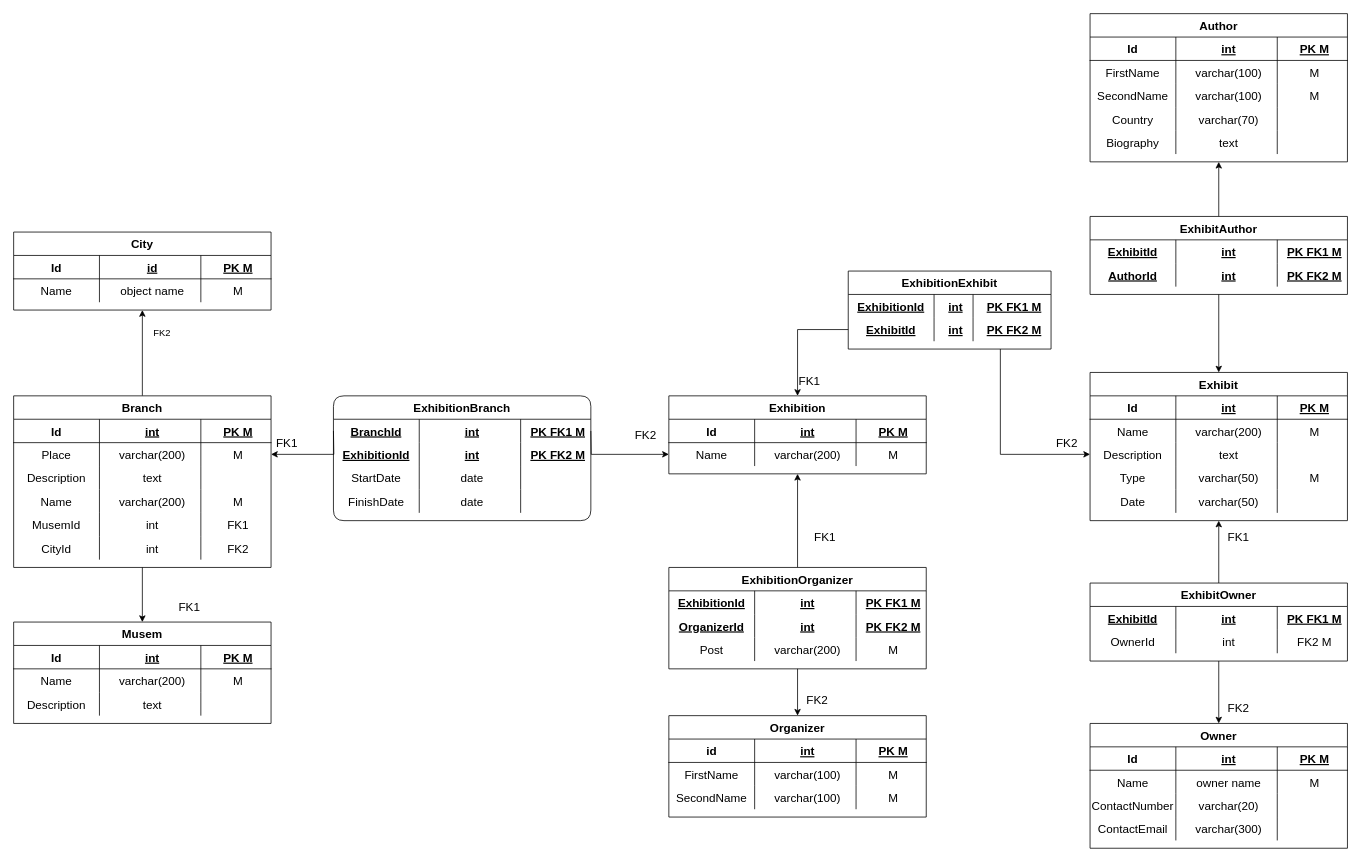
This is Musem PDM.drawio from sergalb/db-musem-project, a draw.io file, before an edit. Source tidied: cells renumbered, new cells numbered last; positions are measured from the earlier drawing's top-left corner, leaving out a move shared by most shapes. Both pictures are drawn from the tidied source at 78%, with x=0, y=0 at pixel (13, 13).
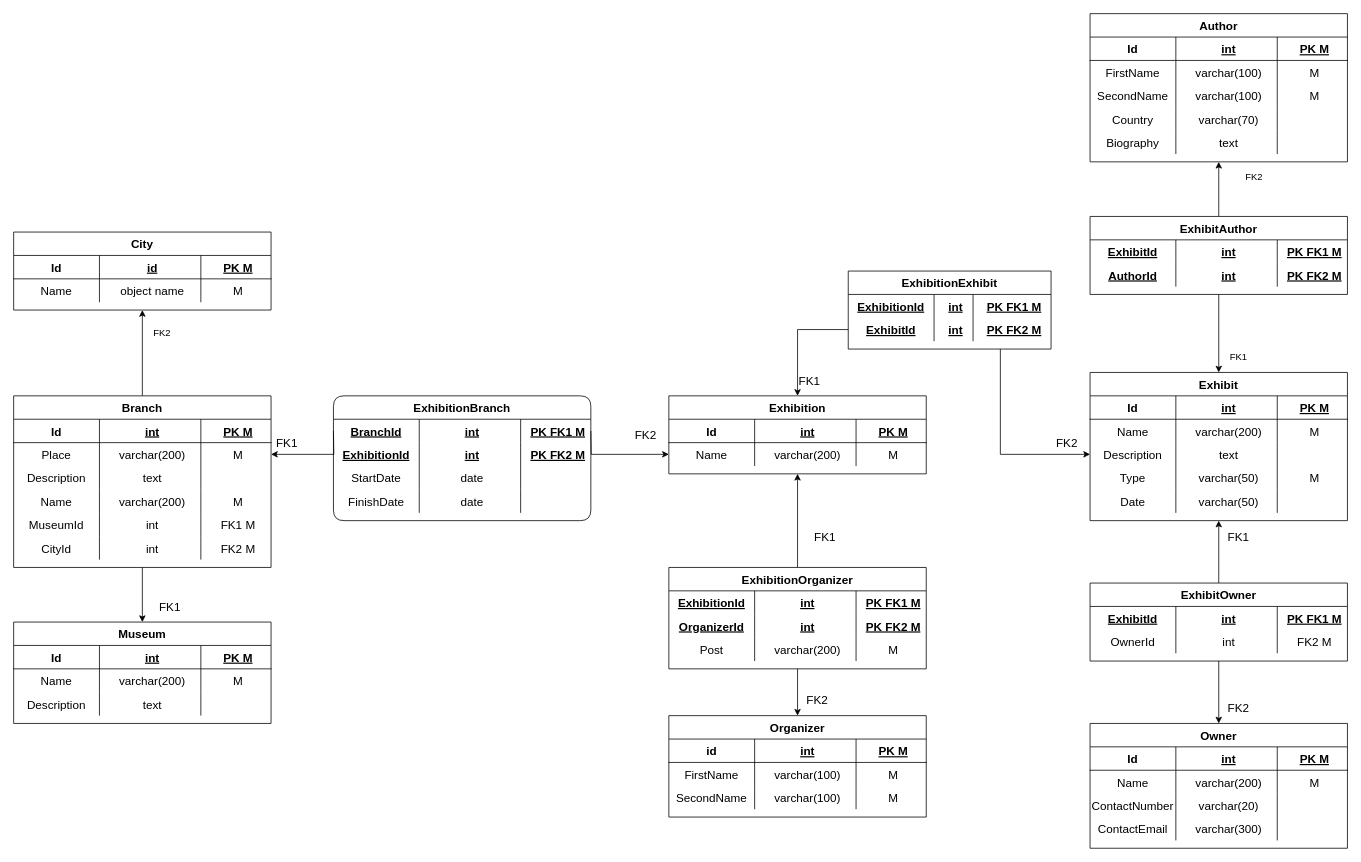
The same diagram, later.

The change refers to these unchanged cells:
```xml
<mxCell id="17" value="Branch" style="shape=table;startSize=30;childLayout=tableLayout;rowLines=0;fontStyle=1;align=center;fontSize=15;" parent="1" vertex="1">
  <mxGeometry y="490" width="330" height="220" as="geometry" />
</mxCell>
<mxCell id="34" style="shape=partialRectangle;fillColor=none;top=0;left=0;bottom=0;right=0;align=center;fontSize=15;" parent="17" vertex="1">
  <mxGeometry y="150" width="330" height="30" as="geometry" />
</mxCell>
<mxCell id="38" style="shape=partialRectangle;fillColor=none;top=0;left=0;bottom=0;right=0;align=center;fontSize=15;" parent="17" vertex="1">
  <mxGeometry y="180" width="330" height="30" as="geometry" />
</mxCell>
<mxCell id="176" style="shape=partialRectangle;fillColor=none;top=0;left=0;bottom=0;right=0;align=center;fontSize=15;" parent="171" vertex="1">
  <mxGeometry y="60" width="330" height="30" as="geometry" />
</mxCell>
```

The edit, as a diff of the source:
```diff
@@
-    <mxCell id="2" style="edgeStyle=orthogonalEdgeStyle;rounded=0;jettySize=auto;html=1;exitX=0.5;exitY=0;exitDx=0;exitDy=0;entryX=0.5;entryY=1;entryDx=0;entryDy=0;startArrow=classic;startFill=1;endArrow=none;endFill=0;fontSize=15;" parent="1" edge="1" source="3" target="17">
-      <mxGeometry relative="1" as="geometry" />
-    </mxCell>
-    <mxCell id="3" value="Musem" style="shape=table;startSize=30;childLayout=tableLayout;rowLines=0;fontStyle=1;align=center;fontSize=15;" parent="1" vertex="1">
+    <mxCell id="3" value="Museum" style="shape=table;startSize=30;childLayout=tableLayout;rowLines=0;fontStyle=1;align=center;fontSize=15;" parent="1" vertex="1">
       <mxGeometry y="780" width="330" height="130" as="geometry" />
     </mxCell>
@@
+    <mxCell id="209" style="edgeStyle=orthogonalEdgeStyle;rounded=0;jettySize=auto;html=1;exitX=0.5;exitY=1;exitDx=0;exitDy=0;entryX=0.5;entryY=0;entryDx=0;entryDy=0;" parent="1" edge="1" source="17" target="3">
+      <mxGeometry relative="1" as="geometry" />
+    </mxCell>
@@
-    <mxCell id="35" value="MusemId" style="shape=partialRectangle;fillColor=none;top=0;left=0;bottom=0;right=0;overflow=hidden;align=center;fontSize=15;" parent="34" vertex="1">
+    <mxCell id="35" value="MuseumId" style="shape=partialRectangle;fillColor=none;top=0;left=0;bottom=0;right=0;overflow=hidden;align=center;fontSize=15;" parent="34" vertex="1">
       <mxGeometry width="110" height="30" as="geometry" />
     </mxCell>
@@
-    <mxCell id="37" value="FK1" style="shape=partialRectangle;fillColor=none;top=0;left=0;bottom=0;right=0;align=center;spacingLeft=6;overflow=hidden;fontSize=15;" parent="34" vertex="1">
+    <mxCell id="37" value="FK1 M" style="shape=partialRectangle;fillColor=none;top=0;left=0;bottom=0;right=0;align=center;spacingLeft=6;overflow=hidden;fontSize=15;" parent="34" vertex="1">
       <mxGeometry x="240" width="90" height="30" as="geometry" />
     </mxCell>
@@
-    <mxCell id="41" value="FK2" style="shape=partialRectangle;fillColor=none;top=0;left=0;bottom=0;right=0;align=center;spacingLeft=6;overflow=hidden;fontSize=15;" parent="38" vertex="1">
+    <mxCell id="41" value="FK2 M" style="shape=partialRectangle;fillColor=none;top=0;left=0;bottom=0;right=0;align=center;spacingLeft=6;overflow=hidden;fontSize=15;" parent="38" vertex="1">
       <mxGeometry x="240" width="90" height="30" as="geometry" />
     </mxCell>
@@
     <mxCell id="131" value="FK1" style="text;html=1;align=center;verticalAlign=middle;fillColor=none;strokeColor=none;rounded=0;fontSize=15;" parent="1" vertex="1">
-      <mxGeometry x="205" y="750" width="40" height="20" as="geometry" />
+      <mxGeometry x="180" y="750" width="40" height="20" as="geometry" />
     </mxCell>
@@
-    <mxCell id="178" value="owner name" style="shape=partialRectangle;fillColor=none;top=0;left=0;bottom=0;right=0;align=center;spacingLeft=6;overflow=hidden;fontSize=15;" parent="176" vertex="1">
+    <mxCell id="178" value="varchar(200)" style="shape=partialRectangle;fillColor=none;top=0;left=0;bottom=0;right=0;align=center;spacingLeft=6;overflow=hidden;fontSize=15;" parent="176" vertex="1">
       <mxGeometry x="110" width="130" height="30" as="geometry" />
     </mxCell>
@@
+    <mxCell id="210" value="FK2" style="text;html=1;align=center;verticalAlign=middle;" parent="1" vertex="1">
+      <mxGeometry x="1570" y="200" width="40" height="20" as="geometry" />
+    </mxCell>
+    <mxCell id="211" value="FK1" style="text;html=1;align=center;verticalAlign=middle;" parent="1" vertex="1">
+      <mxGeometry x="1550" y="430" width="40" height="20" as="geometry" />
+    </mxCell>
```
